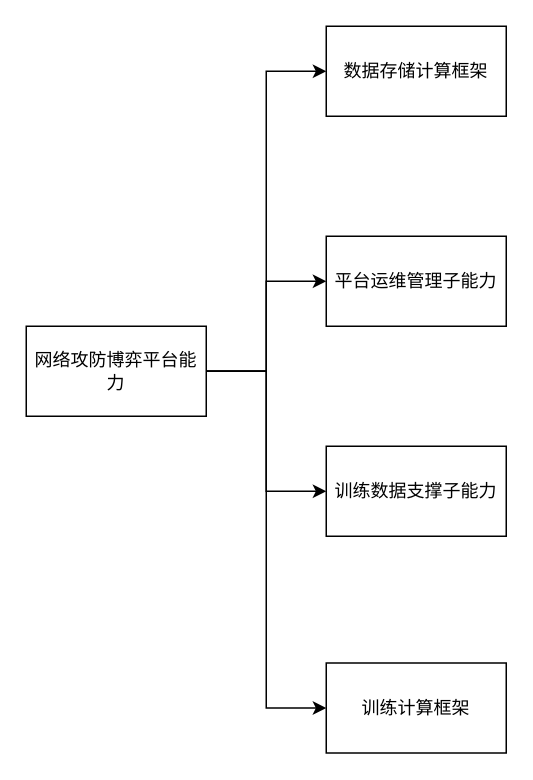
Above: 1、网络攻防博弈平台子系统.drawio in yuxibiwin/draw (draw.io), before the change. Source tidied: cells renumbered, new cells numbered last; positions are measured from the earlier drawing's top-left corner, leaving out a move shared by most shapes. Both pictures are drawn from the tidied source at 150%, with x=0, y=0 at pixel (26, 26).
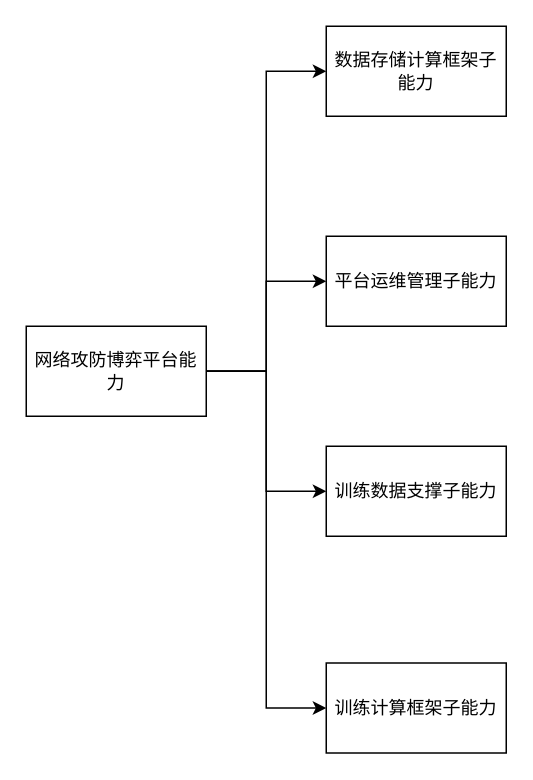
The same page after the edit.

Commit message:
更新1、网络攻防博弈平台子系统.drawio

What changed in the source:
```diff
@@
 <mxGraphModel>
   <root>
     <mxCell id="0" />
     <mxCell id="1" parent="0" />
     <mxCell id="2" style="edgeStyle=orthogonalEdgeStyle;rounded=0;jettySize=auto;html=1;entryX=0;entryY=0.5;entryDx=0;entryDy=0;" parent="1" edge="1" source="6" target="10">
       <mxGeometry relative="1" as="geometry" />
     </mxCell>
     <mxCell id="3" style="edgeStyle=orthogonalEdgeStyle;rounded=0;jettySize=auto;html=1;entryX=0;entryY=0.5;entryDx=0;entryDy=0;" parent="1" edge="1" source="6" target="7">
       <mxGeometry relative="1" as="geometry" />
     </mxCell>
     <mxCell id="4" style="edgeStyle=orthogonalEdgeStyle;rounded=0;jettySize=auto;html=1;entryX=0;entryY=0.5;entryDx=0;entryDy=0;" parent="1" edge="1" source="6" target="8">
       <mxGeometry relative="1" as="geometry" />
     </mxCell>
     <mxCell id="5" style="edgeStyle=orthogonalEdgeStyle;rounded=0;jettySize=auto;html=1;entryX=0;entryY=0.5;entryDx=0;entryDy=0;" parent="1" edge="1" source="6" target="9">
       <mxGeometry relative="1" as="geometry" />
     </mxCell>
     <mxCell id="6" value="网络攻防博弈平台能力" style="rounded=0;whiteSpace=wrap;html=1;" parent="1" vertex="1">
       <mxGeometry y="200" width="120" height="60" as="geometry" />
     </mxCell>
     <mxCell id="7" value="平台运维管理子能力" style="whiteSpace=wrap;html=1;rounded=0;" parent="1" vertex="1">
       <mxGeometry x="200" y="140" width="120" height="60" as="geometry" />
     </mxCell>
     <mxCell id="8" value="训练数据支撑子能力" style="whiteSpace=wrap;html=1;rounded=0;" parent="1" vertex="1">
       <mxGeometry x="200" y="280" width="120" height="60" as="geometry" />
     </mxCell>
-    <mxCell id="9" value="训练计算框架" style="whiteSpace=wrap;html=1;rounded=0;" parent="1" vertex="1">
+    <mxCell id="9" value="训练计算框架子能力" style="whiteSpace=wrap;html=1;rounded=0;" parent="1" vertex="1">
       <mxGeometry x="200" y="424.5" width="120" height="60" as="geometry" />
     </mxCell>
-    <mxCell id="10" value="数据存储计算框架" style="whiteSpace=wrap;html=1;rounded=0;" parent="1" vertex="1">
+    <mxCell id="10" value="数据存储计算框架子能力" style="whiteSpace=wrap;html=1;rounded=0;" parent="1" vertex="1">
       <mxGeometry x="200" width="120" height="60" as="geometry" />
     </mxCell>
   </root>
 </mxGraphModel>
```
